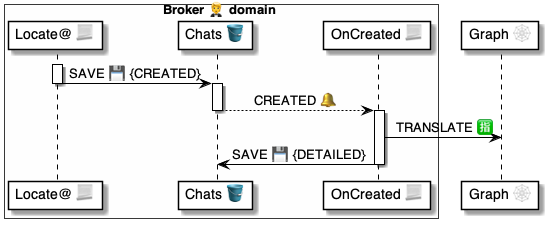
Earlier version of the PlantUML export 4 ⚙️ Solution/20 🧑‍🦰 UI/Brokers 🤵/🤵🪣 Broker tables/Chats 💬 table/🪣🔔 on Created/🤵 OnChatCreated ⚙️ uml.png (pollyweb-org/pollyweb-docs). Its source is kept beside it as 4 ⚙️ Solution/20 🧑‍🦰 UI/Brokers 🤵/🤵🪣 Broker tables/Chats 💬 table/🪣🔔 on Created/🤵 OnChatCreated ⚙️ uml.puml. The source it was exported from:
```plantuml
@startuml OnChatCreated


box Broker 🤵 domain #FFFFFA
    participant "Locate@ 📃" as script
    participant "Chats 🪣" as table
    participant "OnCreated 📃" as handler
end box

participant "Graph 🕸" as graph



activate script
    script -> table: SAVE 💾 {CREATED}
deactivate script

activate table
    table --> handler: CREATED 🔔
deactivate table

activate handler
    handler -> graph: TRANSLATE 🈯
    handler -> table: SAVE 💾 {DETAILED}
deactivate handler

@enduml
```
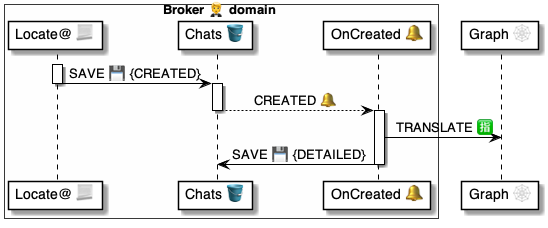
Later version of the same file.

Change to the diagram source:
```diff
@@ -4,7 +4,7 @@
 box Broker 🤵 domain #FFFFFA
     participant "Locate@ 📃" as script
     participant "Chats 🪣" as table
-    participant "OnCreated 📃" as handler
+    participant "OnCreated 🔔" as handler
 end box
 
 participant "Graph 🕸" as graph
```
